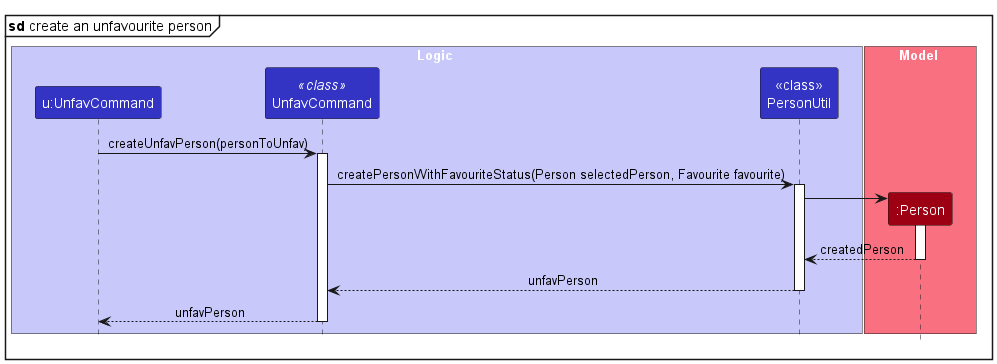
whitesnowx/tp keeps this PlantUML diagram as docs/images/UnfavRefSequenceDiagram.png. Above is the earlier version. Its source is kept beside it as docs/diagrams/UnfavRefSequenceDiagram.puml.
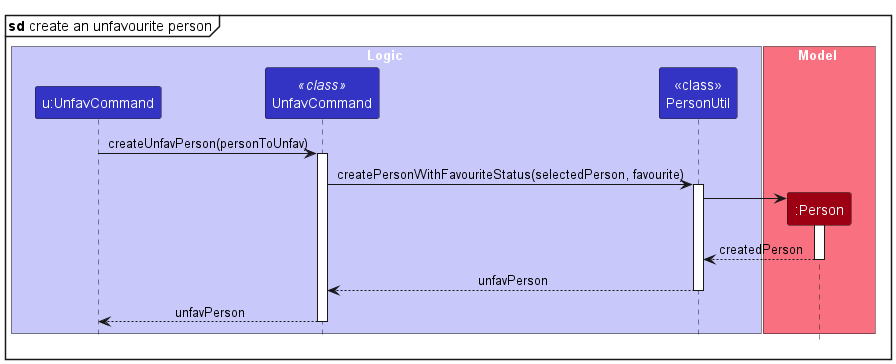
After the change.

Commit message:
Omit data types in `fav` and `unfav` sequence diagrams

What changed in the source:
```diff
@@ -19,7 +19,7 @@
 UnfavCommand -> UnfavCommand1 : createUnfavPerson(personToUnfav)
 activate UnfavCommand1
 
-UnfavCommand1 -> PersonUtil : createPersonWithFavouriteStatus(Person selectedPerson, Favourite favourite)
+UnfavCommand1 -> PersonUtil : createPersonWithFavouriteStatus(selectedPerson, favourite)
 activate PersonUtil
 
 create Person
```
